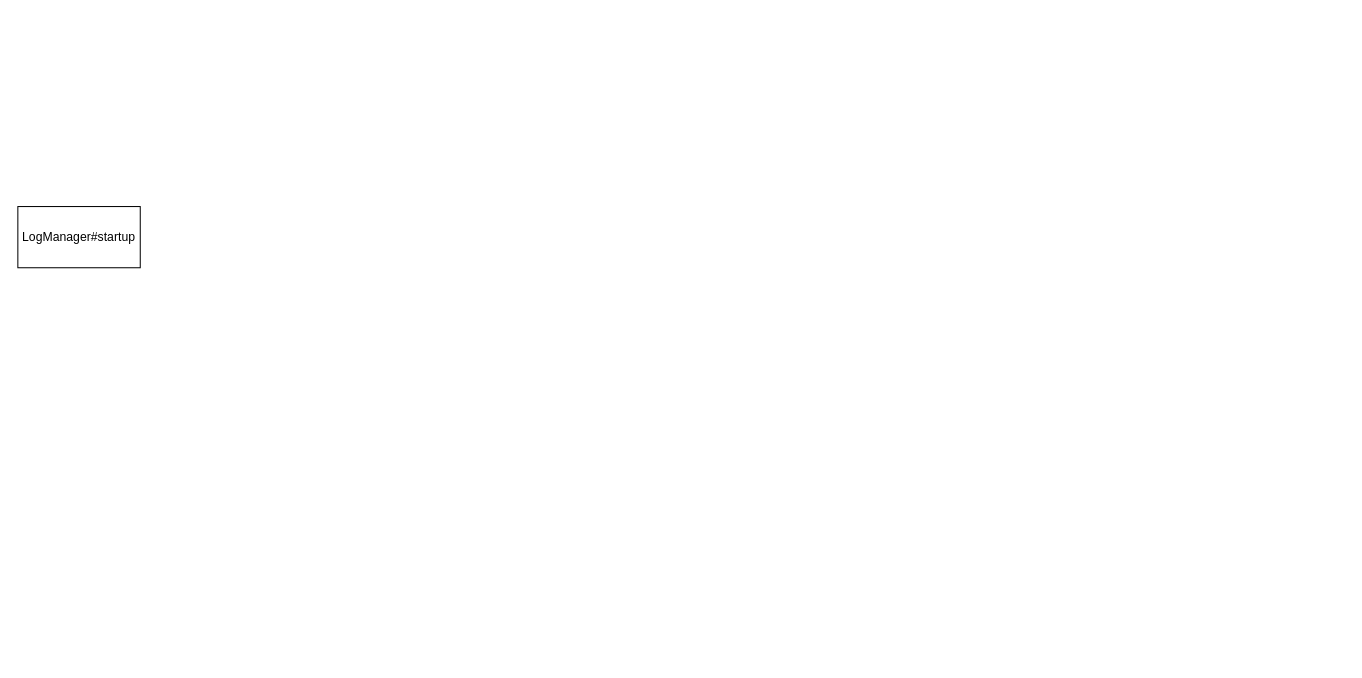
Earlier version of the draw.io diagram page "LogManager" (1 of 7) of docs/kafka.drawio (memedadexiaobai/kafka). Source tidied: cells renumbered, new cells numbered last; positions are measured from the earlier drawing's top-left corner, leaving out a move shared by most shapes. Both pictures are drawn from the tidied source at 102%, with x=0, y=0 at pixel (17, 206).
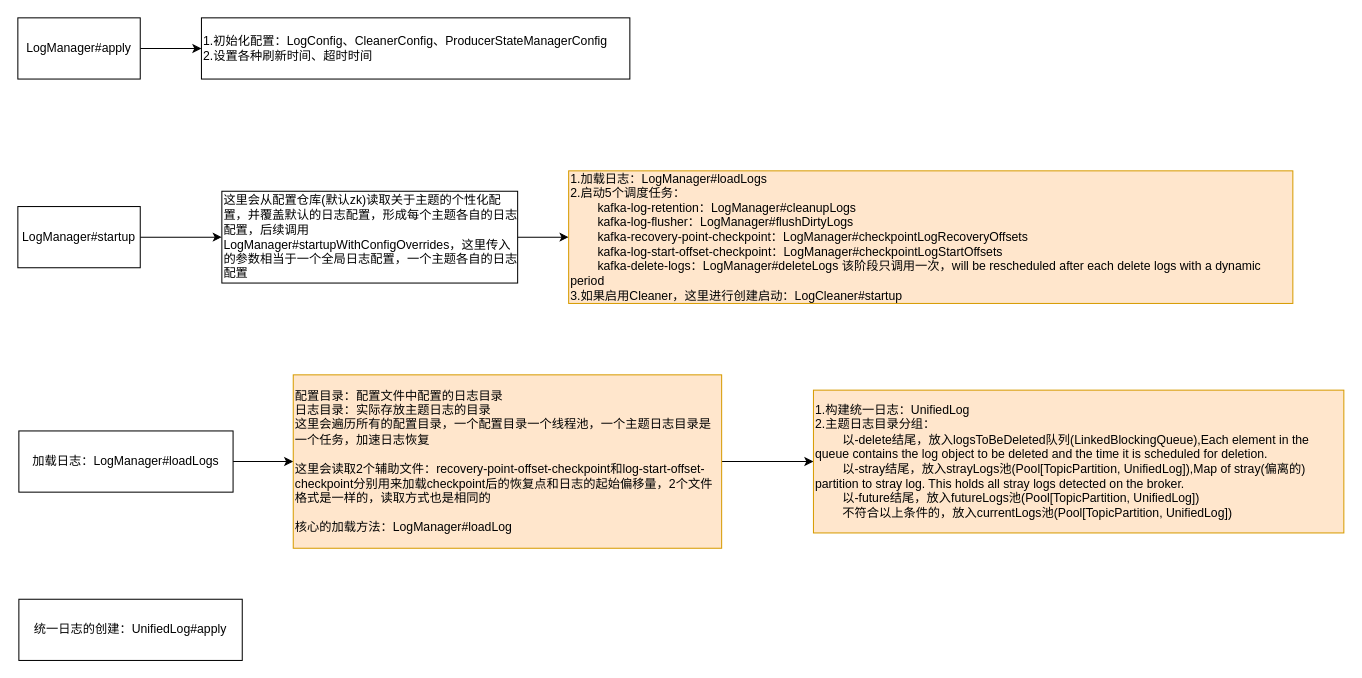
Above is the later version.

Change to the diagram source:
```diff
@@
 <mxGraphModel>
   <root>
     <mxCell id="0" />
     <mxCell id="1" parent="0" />
+    <mxCell id="3" style="edgeStyle=orthogonalEdgeStyle;rounded=0;jettySize=auto;html=1;fontSize=12;fontColor=#000000;" parent="1" edge="1" source="2" target="8">
+      <mxGeometry relative="1" as="geometry" />
+    </mxCell>
     <mxCell id="2" value="&lt;div&gt;LogManager#startup&lt;/div&gt;" style="rounded=0;whiteSpace=wrap;html=1;" parent="1" vertex="1">
       <mxGeometry width="120" height="60" as="geometry" />
     </mxCell>
+    <mxCell id="4" style="edgeStyle=orthogonalEdgeStyle;rounded=0;jettySize=auto;html=1;fontSize=12;fontColor=#000000;" parent="1" edge="1" source="5" target="6">
+      <mxGeometry relative="1" as="geometry" />
+    </mxCell>
+    <mxCell id="5" value="&lt;div&gt;LogManager#apply&lt;/div&gt;" style="rounded=0;whiteSpace=wrap;html=1;" parent="1" vertex="1">
+      <mxGeometry y="-185" width="120" height="60" as="geometry" />
+    </mxCell>
+    <mxCell id="6" value="1.初始化配置：&lt;span&gt;LogConfig、&lt;/span&gt;&lt;span&gt;CleanerConfig、&lt;/span&gt;&lt;span&gt;ProducerStateManagerConfig&lt;/span&gt;&lt;span&gt;&lt;br&gt;&lt;/span&gt;2.设置各种刷新时间、超时时间" style="rounded=0;whiteSpace=wrap;html=1;labelBackgroundColor=none;fontSize=12;fontColor=#000000;align=left;" parent="1" vertex="1">
+      <mxGeometry x="180" y="-185" width="420" height="60" as="geometry" />
+    </mxCell>
+    <mxCell id="7" style="edgeStyle=orthogonalEdgeStyle;rounded=0;jettySize=auto;html=1;fontSize=12;fontColor=#000000;" parent="1" edge="1" source="8" target="9">
+      <mxGeometry relative="1" as="geometry" />
+    </mxCell>
+    <mxCell id="8" value="&lt;div&gt;这里会从配置仓库(默认zk)读取关于主题的个性化配置，并覆盖默认的日志配置，形成每个主题各自的日志配置，后续调用LogManager#startupWithConfigOverrides，这里传入的参数相当于一个全局日志配置，一个主题各自的日志配置&lt;/div&gt;" style="rounded=0;whiteSpace=wrap;html=1;labelBackgroundColor=none;fontSize=12;fontColor=#000000;align=left;" parent="1" vertex="1">
+      <mxGeometry x="200" y="-15" width="290" height="90" as="geometry" />
+    </mxCell>
+    <mxCell id="9" value="&lt;div&gt;1.加载日志：LogManager#loadLogs&lt;/div&gt;&lt;div&gt;2.启动5个调度任务：&lt;/div&gt;&lt;div&gt;&lt;span&gt;&#9;&lt;/span&gt;&lt;span style=&quot;white-space: pre&quot;&gt;&#9;&lt;/span&gt;kafka-log-retention：LogManager#cleanupLogs&lt;/div&gt;&lt;div&gt;&lt;span&gt;&#9;&lt;/span&gt;&lt;span style=&quot;white-space: pre&quot;&gt;&#9;&lt;/span&gt;kafka-log-flusher：LogManager#flushDirtyLogs&lt;/div&gt;&lt;div&gt;&lt;span&gt;&#9;&lt;/span&gt;&lt;span style=&quot;white-space: pre&quot;&gt;&#9;&lt;/span&gt;kafka-recovery-point-checkpoint：LogManager#checkpointLogRecoveryOffsets&lt;/div&gt;&lt;div&gt;&lt;span&gt;&#9;&lt;/span&gt;&lt;span style=&quot;white-space: pre&quot;&gt;&#9;&lt;/span&gt;kafka-log-start-offset-checkpoint：LogManager#checkpointLogStartOffsets&lt;/div&gt;&lt;div&gt;&lt;span&gt;&#9;&lt;/span&gt;&lt;span style=&quot;white-space: pre&quot;&gt;&#9;&lt;/span&gt;kafka-delete-logs：LogManager#deleteLogs 该阶段只调用一次，will be rescheduled after each delete logs with a dynamic period&lt;/div&gt;&lt;div&gt;3.如果启用Cleaner，这里进行创建启动：LogCleaner#startup&lt;/div&gt;" style="rounded=0;whiteSpace=wrap;html=1;labelBackgroundColor=none;fontSize=12;fillColor=#ffe6cc;strokeColor=#d79b00;align=left;" parent="1" vertex="1">
+      <mxGeometry x="540" y="-35" width="710" height="130" as="geometry" />
+    </mxCell>
+    <mxCell id="10" style="edgeStyle=orthogonalEdgeStyle;rounded=0;jettySize=auto;html=1;fontSize=12;fontColor=#000000;" parent="1" edge="1" source="11" target="13">
+      <mxGeometry relative="1" as="geometry" />
+    </mxCell>
+    <mxCell id="11" value="&lt;div style=&quot;text-align: left&quot;&gt;加载日志：LogManager#loadLogs&lt;/div&gt;" style="rounded=0;whiteSpace=wrap;html=1;labelBackgroundColor=none;fontSize=12;fontColor=#000000;" parent="1" vertex="1">
+      <mxGeometry x="1" y="220" width="210" height="60" as="geometry" />
+    </mxCell>
+    <mxCell id="12" style="edgeStyle=orthogonalEdgeStyle;rounded=0;jettySize=auto;html=1;entryX=0;entryY=0.5;entryDx=0;entryDy=0;fontSize=12;fontColor=#000000;" parent="1" edge="1" source="13" target="14">
+      <mxGeometry relative="1" as="geometry" />
+    </mxCell>
+    <mxCell id="13" value="配置目录：配置文件中配置的日志目录&lt;br&gt;日志目录：实际存放主题日志的目录&lt;br&gt;这里会遍历所有的配置目录，一个配置目录一个线程池，一个主题日志目录是一个任务，加速日志恢复&lt;br&gt;&lt;br&gt;这里会读取2个辅助文件：&lt;span&gt;recovery-point-offset-checkpoint和log-start-offset-checkpoint分别用来加载checkpoint后的恢复点和日志的起始偏移量，2个文件格式是一样的，读取方式也是相同的&lt;br&gt;&lt;br&gt;核心的加载方法：&lt;/span&gt;&lt;span&gt;LogManager#loadLog&lt;br&gt;&lt;/span&gt;" style="rounded=0;whiteSpace=wrap;html=1;labelBackgroundColor=none;fontSize=12;align=left;fillColor=#ffe6cc;strokeColor=#d79b00;" parent="1" vertex="1">
+      <mxGeometry x="270" y="165" width="420" height="170" as="geometry" />
+    </mxCell>
+    <mxCell id="14" value="&lt;div&gt;1.构建统一日志：UnifiedLog&lt;/div&gt;&lt;div&gt;2.主题日志目录分组：&lt;/div&gt;&lt;div&gt;&lt;span&gt;&#9;&lt;/span&gt;&lt;span style=&quot;white-space: pre&quot;&gt;&#9;&lt;/span&gt;以-delete结尾，放入logsToBeDeleted队列(LinkedBlockingQueue),Each element in the queue contains the log object to be deleted and the time it is scheduled for deletion.&lt;/div&gt;&lt;div&gt;&lt;span&gt;&#9;&lt;/span&gt;&lt;span style=&quot;white-space: pre&quot;&gt;&#9;&lt;/span&gt;以-stray结尾，放入strayLogs池(Pool[TopicPartition, UnifiedLog]),Map of stray(偏离的) partition to stray log. This holds all stray logs detected on the broker.&lt;/div&gt;&lt;div&gt;&lt;span&gt;&#9;&lt;/span&gt;&lt;span style=&quot;white-space: pre&quot;&gt;&#9;&lt;/span&gt;以-future结尾，放入futureLogs池(Pool[TopicPartition, UnifiedLog])&lt;/div&gt;&lt;div&gt;&lt;span&gt;&#9;&lt;/span&gt;&lt;span style=&quot;white-space: pre&quot;&gt;&#9;&lt;/span&gt;不符合以上条件的，放入currentLogs池(Pool[TopicPartition, UnifiedLog])&lt;/div&gt;" style="rounded=0;whiteSpace=wrap;html=1;labelBackgroundColor=none;fontSize=12;align=left;fillColor=#ffe6cc;strokeColor=#d79b00;" parent="1" vertex="1">
+      <mxGeometry x="780" y="180" width="520" height="140" as="geometry" />
+    </mxCell>
+    <mxCell id="15" value="统一日志的创建：&lt;span&gt;UnifiedLog#apply&lt;br&gt;&lt;/span&gt;" style="rounded=0;whiteSpace=wrap;html=1;labelBackgroundColor=none;fontSize=12;fontColor=#000000;" parent="1" vertex="1">
+      <mxGeometry x="1" y="385" width="219" height="60" as="geometry" />
+    </mxCell>
   </root>
 </mxGraphModel>
```
